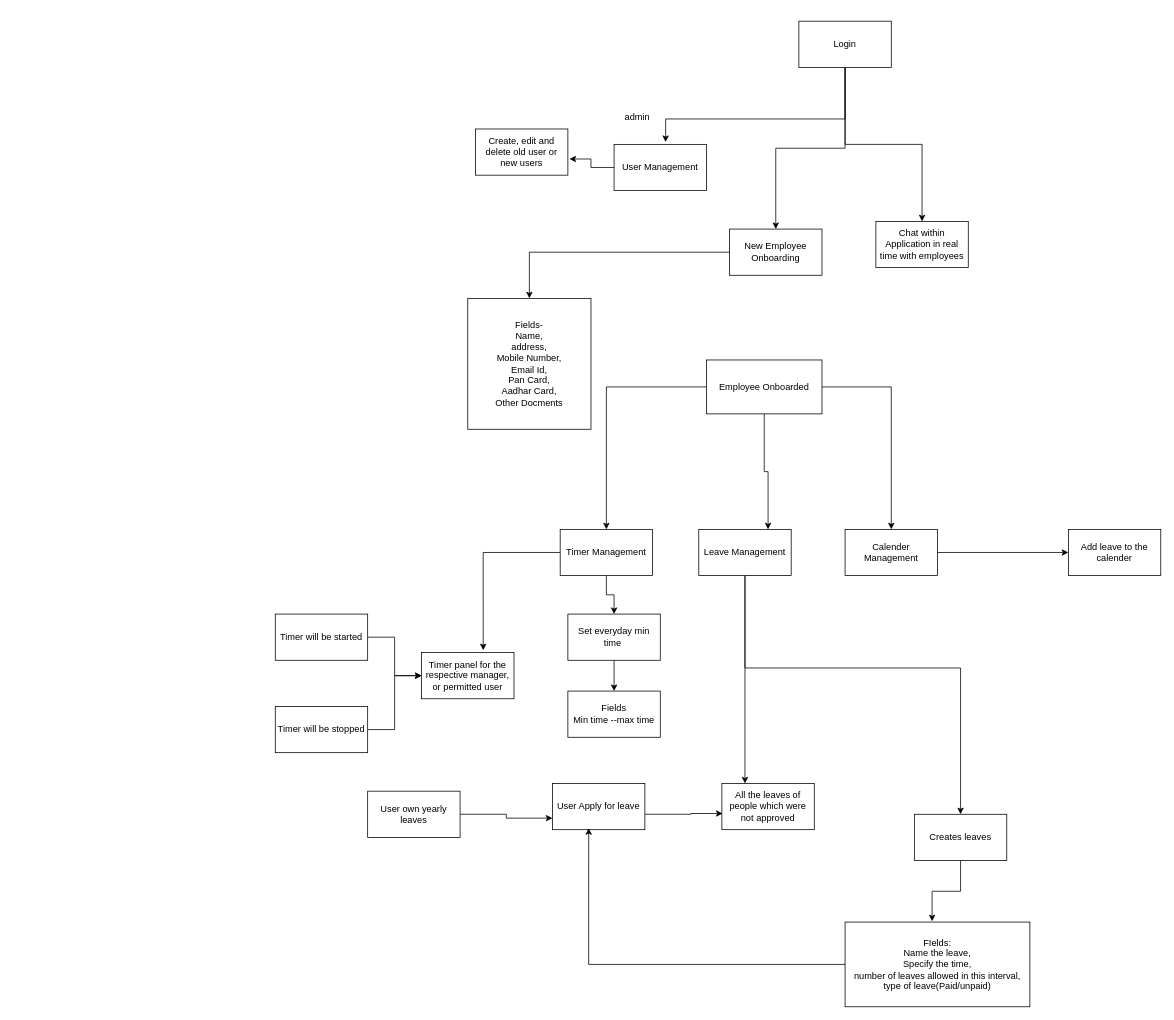
This is Untitled Diagram.drawio from abhijitutkarsh/Data-Structures, a draw.io file, before an edit. Source tidied: cells renumbered, new cells numbered last; positions are measured from the earlier drawing's top-left corner, leaving out a move shared by most shapes. Both pictures are drawn from the tidied source at 77%, with x=0, y=0 at pixel (275, 21).
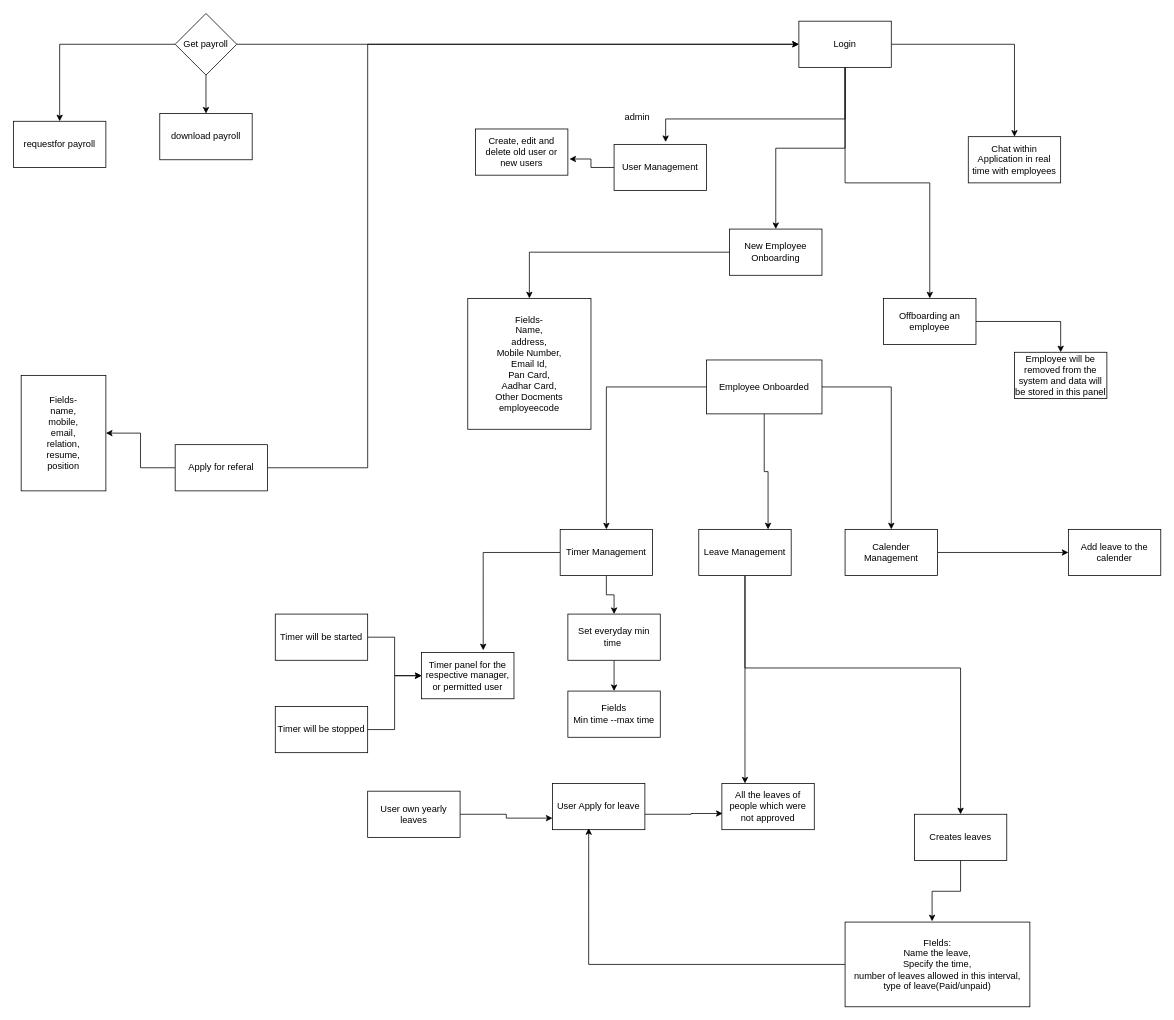
Above is the later version.

Unchanged cells that the change refers to:
```xml
<mxCell id="5" value="Login" style="rounded=0;whiteSpace=wrap;html=1;" parent="1" vertex="1">
  <mxGeometry x="680" width="120" height="60" as="geometry" />
</mxCell>
```

What changed in the source:
```diff
@@
+    <mxCell id="44" style="edgeStyle=orthogonalEdgeStyle;rounded=0;jettySize=auto;html=1;" parent="1" edge="1" source="5" target="46">
+      <mxGeometry relative="1" as="geometry" />
+    </mxCell>
@@
-    <mxCell id="12" value="Fields-&lt;br&gt;Name,&lt;br&gt;address,&lt;br&gt;Mobile Number,&lt;br&gt;Email Id,&lt;br&gt;Pan Card,&lt;br&gt;Aadhar Card,&lt;br&gt;Other Docments" style="rounded=0;whiteSpace=wrap;html=1;" parent="1" vertex="1">
+    <mxCell id="12" value="Fields-&lt;br&gt;Name,&lt;br&gt;address,&lt;br&gt;Mobile Number,&lt;br&gt;Email Id,&lt;br&gt;Pan Card,&lt;br&gt;Aadhar Card,&lt;br&gt;Other Docments&lt;br&gt;employeecode" style="rounded=0;whiteSpace=wrap;html=1;" parent="1" vertex="1">
       <mxGeometry x="250" y="360" width="160" height="170" as="geometry" />
     </mxCell>
@@
     <mxCell id="43" value="Chat within Application in real time with employees" style="rounded=0;whiteSpace=wrap;html=1;" parent="1" vertex="1">
-      <mxGeometry x="780" y="260" width="120" height="60" as="geometry" />
+      <mxGeometry x="900" y="150" width="120" height="60" as="geometry" />
     </mxCell>
+    <mxCell id="45" style="edgeStyle=orthogonalEdgeStyle;rounded=0;jettySize=auto;html=1;" parent="1" edge="1" source="46" target="47">
+      <mxGeometry relative="1" as="geometry" />
+    </mxCell>
+    <mxCell id="46" value="Offboarding an employee" style="rounded=0;whiteSpace=wrap;html=1;" parent="1" vertex="1">
+      <mxGeometry x="790" y="360" width="120" height="60" as="geometry" />
+    </mxCell>
+    <mxCell id="47" value="Employee will be removed from the system and data will be stored in this panel" style="rounded=0;whiteSpace=wrap;html=1;" parent="1" vertex="1">
+      <mxGeometry x="960" y="430" width="120" height="60" as="geometry" />
+    </mxCell>
+    <mxCell id="48" style="edgeStyle=orthogonalEdgeStyle;rounded=0;jettySize=auto;html=1;entryX=1;entryY=0.5;entryDx=0;entryDy=0;" parent="1" edge="1" source="50" target="51">
+      <mxGeometry relative="1" as="geometry" />
+    </mxCell>
+    <mxCell id="49" style="edgeStyle=orthogonalEdgeStyle;rounded=0;jettySize=auto;html=1;entryX=0;entryY=0.5;entryDx=0;entryDy=0;" parent="1" edge="1" source="50" target="5">
+      <mxGeometry relative="1" as="geometry">
+        <Array as="points">
+          <mxPoint x="120" y="580" />
+          <mxPoint x="120" y="30" />
+        </Array>
+      </mxGeometry>
+    </mxCell>
+    <mxCell id="50" value="Apply for referal" style="rounded=0;whiteSpace=wrap;html=1;" parent="1" vertex="1">
+      <mxGeometry x="-130" y="550" width="120" height="60" as="geometry" />
+    </mxCell>
+    <mxCell id="51" value="Fields-&lt;br&gt;name,&lt;br&gt;mobile,&lt;br&gt;email,&lt;br&gt;relation,&lt;br&gt;resume,&lt;br&gt;position" style="rounded=0;whiteSpace=wrap;html=1;" parent="1" vertex="1">
+      <mxGeometry x="-330" y="460" width="110" height="150" as="geometry" />
+    </mxCell>
+    <mxCell id="52" style="edgeStyle=orthogonalEdgeStyle;rounded=0;jettySize=auto;html=1;entryX=0;entryY=0.5;entryDx=0;entryDy=0;exitX=1;exitY=0.5;exitDx=0;exitDy=0;" parent="1" edge="1" source="55" target="5">
+      <mxGeometry relative="1" as="geometry" />
+    </mxCell>
+    <mxCell id="53" style="edgeStyle=orthogonalEdgeStyle;rounded=0;jettySize=auto;html=1;exitX=0;exitY=0.5;exitDx=0;exitDy=0;entryX=0.5;entryY=0;entryDx=0;entryDy=0;" parent="1" edge="1" source="55" target="56">
+      <mxGeometry relative="1" as="geometry" />
+    </mxCell>
+    <mxCell id="54" style="edgeStyle=orthogonalEdgeStyle;rounded=0;jettySize=auto;html=1;" parent="1" edge="1" source="55" target="57">
+      <mxGeometry relative="1" as="geometry" />
+    </mxCell>
+    <mxCell id="55" value="Get payroll" style="rhombus;whiteSpace=wrap;html=1;" parent="1" vertex="1">
+      <mxGeometry x="-130" y="-10" width="80" height="80" as="geometry" />
+    </mxCell>
+    <mxCell id="56" value="requestfor payroll" style="whiteSpace=wrap;html=1;" parent="1" vertex="1">
+      <mxGeometry x="-340" y="130" width="120" height="60" as="geometry" />
+    </mxCell>
+    <mxCell id="57" value="download payroll" style="rounded=0;whiteSpace=wrap;html=1;" parent="1" vertex="1">
+      <mxGeometry x="-150" y="120" width="120" height="60" as="geometry" />
+    </mxCell>
```
